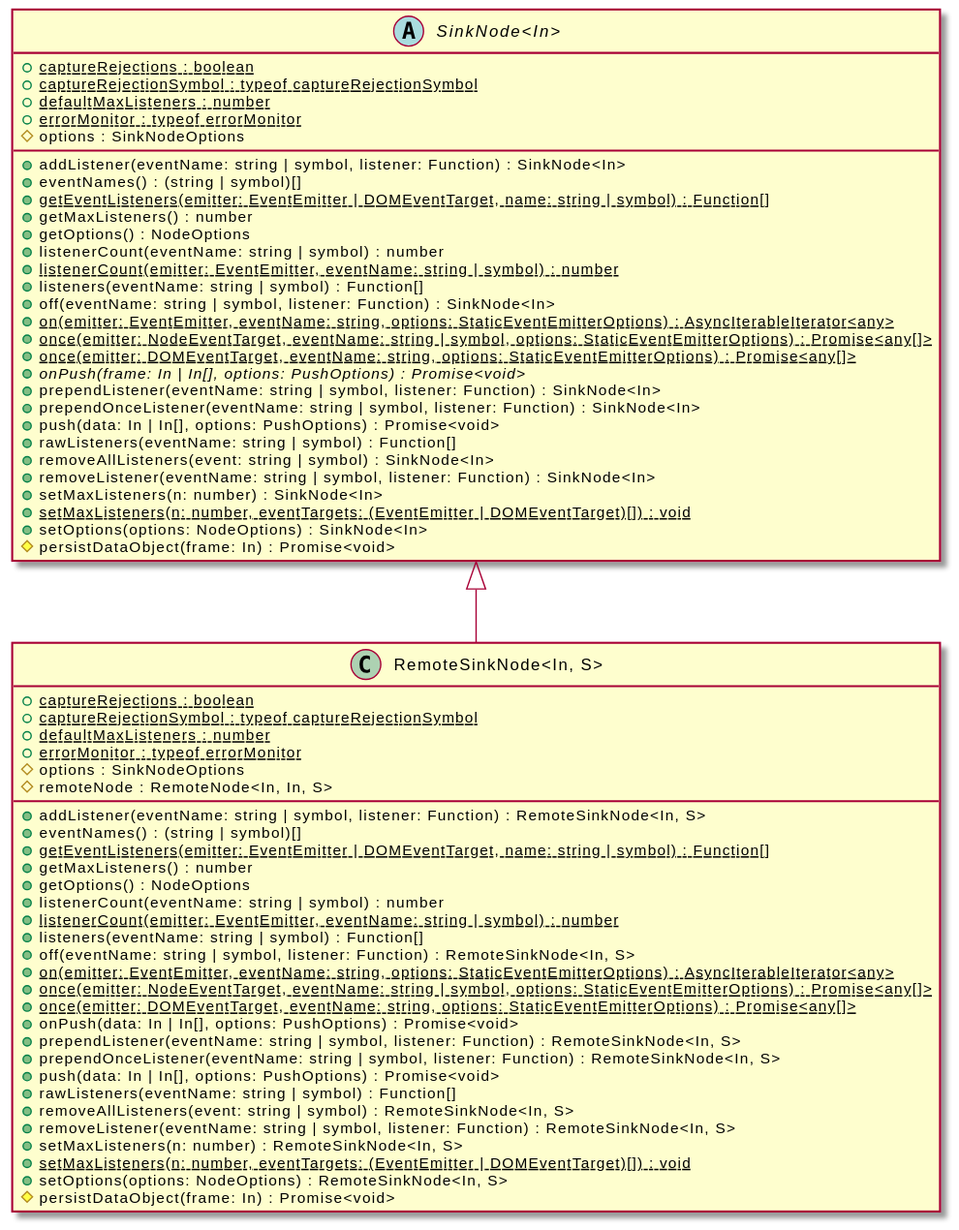
OpenHPS/openhps-core keeps this PlantUML diagram as assets/RemoteSinkNode-umlClassDiagram-12399.svg. Above is the earlier version.
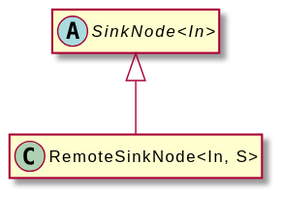
After the change.

What changed in the source:
```diff
@@ -3,65 +3,8 @@
 hide empty methods
 hide empty fields
 class "RemoteSinkNode<In, S>" {
-    {static} +captureRejections : boolean
-    {static} +captureRejectionSymbol : typeof captureRejectionSymbol
-    {static} +defaultMaxListeners : number
-    {static} +errorMonitor : typeof errorMonitor
-    #options : SinkNodeOptions
-    #remoteNode : RemoteNode<In, In, S>
-    +addListener(eventName: string | symbol, listener: Function) : RemoteSinkNode<In, S>
-    +eventNames() : (string | symbol)[]
-    {static} +getEventListeners(emitter: EventEmitter | DOMEventTarget, name: string | symbol) : Function[]
-    +getMaxListeners() : number
-    +getOptions() : NodeOptions
-    +listenerCount(eventName: string | symbol) : number
-    {static} +listenerCount(emitter: EventEmitter, eventName: string | symbol) : number
-    +listeners(eventName: string | symbol) : Function[]
-    +off(eventName: string | symbol, listener: Function) : RemoteSinkNode<In, S>
-    {static} +on(emitter: EventEmitter, eventName: string, options: StaticEventEmitterOptions) : AsyncIterableIterator<any>
-    {static} +once(emitter: NodeEventTarget, eventName: string | symbol, options: StaticEventEmitterOptions) : Promise<any[]>
-    {static} +once(emitter: DOMEventTarget, eventName: string, options: StaticEventEmitterOptions) : Promise<any[]>
-    +onPush(data: In | In[], options: PushOptions) : Promise<void>
-    +prependListener(eventName: string | symbol, listener: Function) : RemoteSinkNode<In, S>
-    +prependOnceListener(eventName: string | symbol, listener: Function) : RemoteSinkNode<In, S>
-    +push(data: In | In[], options: PushOptions) : Promise<void>
-    +rawListeners(eventName: string | symbol) : Function[]
-    +removeAllListeners(event: string | symbol) : RemoteSinkNode<In, S>
-    +removeListener(eventName: string | symbol, listener: Function) : RemoteSinkNode<In, S>
-    +setMaxListeners(n: number) : RemoteSinkNode<In, S>
-    {static} +setMaxListeners(n: number, eventTargets: (EventEmitter | DOMEventTarget)[]) : void
-    +setOptions(options: NodeOptions) : RemoteSinkNode<In, S>
-    #persistDataObject(frame: In) : Promise<void>
 }
 abstract class "SinkNode<In>" {
-    {static} +captureRejections : boolean
-    {static} +captureRejectionSymbol : typeof captureRejectionSymbol
-    {static} +defaultMaxListeners : number
-    {static} +errorMonitor : typeof errorMonitor
-    #options : SinkNodeOptions
-    +addListener(eventName: string | symbol, listener: Function) : SinkNode<In>
-    +eventNames() : (string | symbol)[]
-    {static} +getEventListeners(emitter: EventEmitter | DOMEventTarget, name: string | symbol) : Function[]
-    +getMaxListeners() : number
-    +getOptions() : NodeOptions
-    +listenerCount(eventName: string | symbol) : number
-    {static} +listenerCount(emitter: EventEmitter, eventName: string | symbol) : number
-    +listeners(eventName: string | symbol) : Function[]
-    +off(eventName: string | symbol, listener: Function) : SinkNode<In>
-    {static} +on(emitter: EventEmitter, eventName: string, options: StaticEventEmitterOptions) : AsyncIterableIterator<any>
-    {static} +once(emitter: NodeEventTarget, eventName: string | symbol, options: StaticEventEmitterOptions) : Promise<any[]>
-    {static} +once(emitter: DOMEventTarget, eventName: string, options: StaticEventEmitterOptions) : Promise<any[]>
-    {abstract} +onPush(frame: In | In[], options: PushOptions) : Promise<void>
-    +prependListener(eventName: string | symbol, listener: Function) : SinkNode<In>
-    +prependOnceListener(eventName: string | symbol, listener: Function) : SinkNode<In>
-    +push(data: In | In[], options: PushOptions) : Promise<void>
-    +rawListeners(eventName: string | symbol) : Function[]
-    +removeAllListeners(event: string | symbol) : SinkNode<In>
-    +removeListener(eventName: string | symbol, listener: Function) : SinkNode<In>
-    +setMaxListeners(n: number) : SinkNode<In>
-    {static} +setMaxListeners(n: number, eventTargets: (EventEmitter | DOMEventTarget)[]) : void
-    +setOptions(options: NodeOptions) : SinkNode<In>
-    #persistDataObject(frame: In) : Promise<void>
 }
 "SinkNode<In>" <|-- "RemoteSinkNode<In, S>"
 @enduml
```
